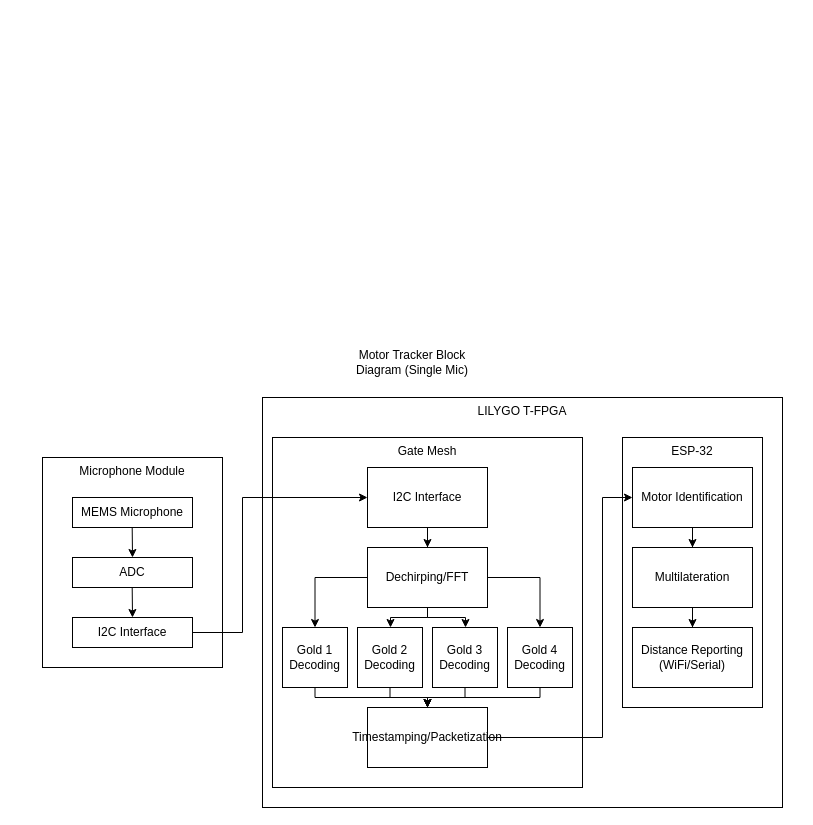
This is single-mic.drawio from dakotawinslow/motor-tracking, a draw.io file, before an edit. Source tidied: cells renumbered, new cells numbered last; positions are measured from the earlier drawing's top-left corner, leaving out a move shared by most shapes. Both pictures are drawn from the tidied source at 100%, with x=0, y=0 at pixel (42, 347).
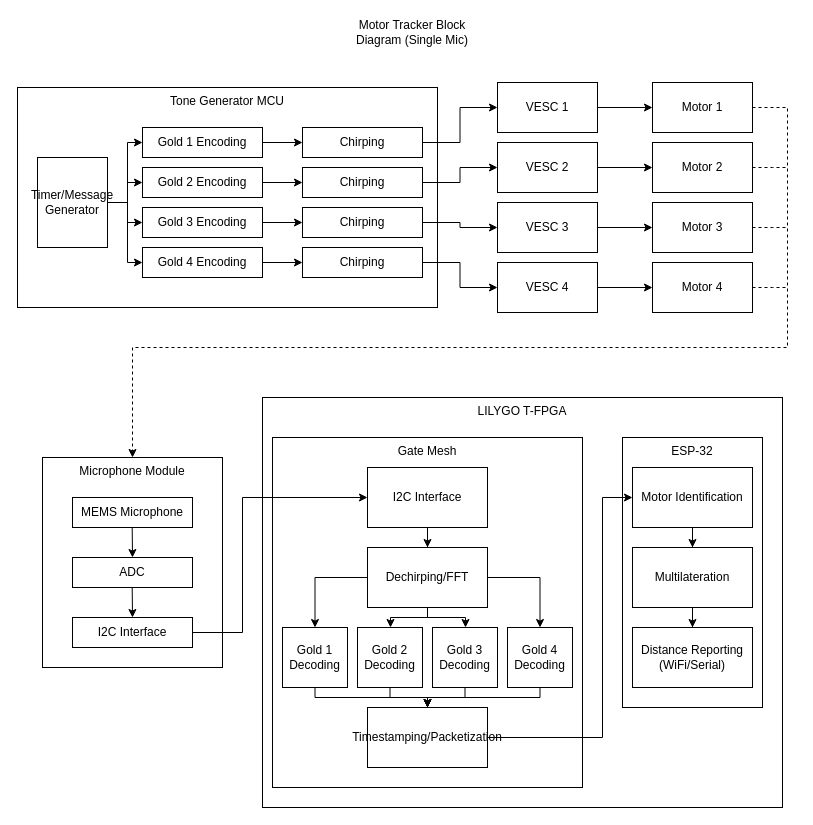
After the change.

Commit message:
Update single-mic.drawio with signal generation

The change refers to these unchanged cells:
```xml
<mxCell id="4" value="Microphone Module" style="rounded=0;whiteSpace=wrap;html=1;verticalAlign=top;" parent="1" vertex="1">
  <mxGeometry y="110" width="180" height="210" as="geometry" />
</mxCell>
```

Diff of the diagram source:
```diff
@@
     <mxCell id="3" value="Motor Tracker Block Diagram (Single Mic)" style="text;html=1;align=center;verticalAlign=middle;whiteSpace=wrap;rounded=0;" parent="1" vertex="1">
-      <mxGeometry x="310" width="120" height="30" as="geometry" />
+      <mxGeometry x="310" y="-330" width="120" height="30" as="geometry" />
     </mxCell>
@@
+    <mxCell id="35" value="Tone Generator MCU" style="rounded=0;whiteSpace=wrap;html=1;verticalAlign=top;" parent="1" vertex="1">
+      <mxGeometry x="-25" y="-260" width="420" height="220" as="geometry" />
+    </mxCell>
+    <mxCell id="36" style="edgeStyle=orthogonalEdgeStyle;rounded=0;jettySize=auto;html=1;" parent="1" edge="1" source="40" target="42">
+      <mxGeometry relative="1" as="geometry" />
+    </mxCell>
+    <mxCell id="37" style="edgeStyle=orthogonalEdgeStyle;rounded=0;jettySize=auto;html=1;" parent="1" edge="1" source="40" target="44">
+      <mxGeometry relative="1" as="geometry" />
+    </mxCell>
+    <mxCell id="38" style="edgeStyle=orthogonalEdgeStyle;rounded=0;jettySize=auto;html=1;" parent="1" edge="1" source="40" target="46">
+      <mxGeometry relative="1" as="geometry" />
+    </mxCell>
+    <mxCell id="39" style="edgeStyle=orthogonalEdgeStyle;rounded=0;jettySize=auto;html=1;entryX=0;entryY=0.5;entryDx=0;entryDy=0;" parent="1" edge="1" source="40" target="48">
+      <mxGeometry relative="1" as="geometry" />
+    </mxCell>
+    <mxCell id="40" value="Timer/Message Generator" style="rounded=0;whiteSpace=wrap;html=1;" parent="1" vertex="1">
+      <mxGeometry x="-5" y="-190" width="70" height="90" as="geometry" />
+    </mxCell>
+    <mxCell id="41" style="edgeStyle=orthogonalEdgeStyle;rounded=0;jettySize=auto;html=1;" parent="1" edge="1" source="42" target="50">
+      <mxGeometry relative="1" as="geometry" />
+    </mxCell>
+    <mxCell id="42" value="Gold 1 Encoding" style="rounded=0;whiteSpace=wrap;html=1;" parent="1" vertex="1">
+      <mxGeometry x="100" y="-220" width="120" height="30" as="geometry" />
+    </mxCell>
+    <mxCell id="43" style="edgeStyle=orthogonalEdgeStyle;rounded=0;jettySize=auto;html=1;" parent="1" edge="1" source="44" target="52">
+      <mxGeometry relative="1" as="geometry" />
+    </mxCell>
+    <mxCell id="44" value="Gold 2 Encoding" style="rounded=0;whiteSpace=wrap;html=1;" parent="1" vertex="1">
+      <mxGeometry x="100" y="-180" width="120" height="30" as="geometry" />
+    </mxCell>
+    <mxCell id="45" style="edgeStyle=orthogonalEdgeStyle;rounded=0;jettySize=auto;html=1;entryX=0;entryY=0.5;entryDx=0;entryDy=0;" parent="1" edge="1" source="46" target="54">
+      <mxGeometry relative="1" as="geometry" />
+    </mxCell>
+    <mxCell id="46" value="Gold 3 Encoding" style="rounded=0;whiteSpace=wrap;html=1;" parent="1" vertex="1">
+      <mxGeometry x="100" y="-140" width="120" height="30" as="geometry" />
+    </mxCell>
+    <mxCell id="47" style="edgeStyle=orthogonalEdgeStyle;rounded=0;jettySize=auto;html=1;" parent="1" edge="1" source="48" target="56">
+      <mxGeometry relative="1" as="geometry" />
+    </mxCell>
+    <mxCell id="48" value="Gold 4 Encoding" style="rounded=0;whiteSpace=wrap;html=1;" parent="1" vertex="1">
+      <mxGeometry x="100" y="-100" width="120" height="30" as="geometry" />
+    </mxCell>
+    <mxCell id="49" style="edgeStyle=orthogonalEdgeStyle;rounded=0;jettySize=auto;html=1;entryX=0;entryY=0.5;entryDx=0;entryDy=0;" parent="1" edge="1" source="50" target="58">
+      <mxGeometry relative="1" as="geometry" />
+    </mxCell>
+    <mxCell id="50" value="Chirping" style="rounded=0;whiteSpace=wrap;html=1;" parent="1" vertex="1">
+      <mxGeometry x="260" y="-220" width="120" height="30" as="geometry" />
+    </mxCell>
+    <mxCell id="51" style="edgeStyle=orthogonalEdgeStyle;rounded=0;jettySize=auto;html=1;entryX=0;entryY=0.5;entryDx=0;entryDy=0;" parent="1" edge="1" source="52" target="60">
+      <mxGeometry relative="1" as="geometry" />
+    </mxCell>
+    <mxCell id="52" value="Chirping" style="rounded=0;whiteSpace=wrap;html=1;" parent="1" vertex="1">
+      <mxGeometry x="260" y="-180" width="120" height="30" as="geometry" />
+    </mxCell>
+    <mxCell id="53" style="edgeStyle=orthogonalEdgeStyle;rounded=0;jettySize=auto;html=1;entryX=0;entryY=0.5;entryDx=0;entryDy=0;" parent="1" edge="1" source="54" target="62">
+      <mxGeometry relative="1" as="geometry" />
+    </mxCell>
+    <mxCell id="54" value="Chirping" style="rounded=0;whiteSpace=wrap;html=1;" parent="1" vertex="1">
+      <mxGeometry x="260" y="-140" width="120" height="30" as="geometry" />
+    </mxCell>
+    <mxCell id="55" style="edgeStyle=orthogonalEdgeStyle;rounded=0;jettySize=auto;html=1;entryX=0;entryY=0.5;entryDx=0;entryDy=0;" parent="1" edge="1" source="56" target="64">
+      <mxGeometry relative="1" as="geometry" />
+    </mxCell>
+    <mxCell id="56" value="Chirping" style="rounded=0;whiteSpace=wrap;html=1;" parent="1" vertex="1">
+      <mxGeometry x="260" y="-100" width="120" height="30" as="geometry" />
+    </mxCell>
+    <mxCell id="57" style="edgeStyle=orthogonalEdgeStyle;rounded=0;jettySize=auto;html=1;entryX=0;entryY=0.5;entryDx=0;entryDy=0;" parent="1" edge="1" source="58" target="66">
+      <mxGeometry relative="1" as="geometry" />
+    </mxCell>
+    <mxCell id="58" value="VESC 1" style="rounded=0;whiteSpace=wrap;html=1;" parent="1" vertex="1">
+      <mxGeometry x="455" y="-265" width="100" height="50" as="geometry" />
+    </mxCell>
+    <mxCell id="59" style="edgeStyle=orthogonalEdgeStyle;rounded=0;jettySize=auto;html=1;" parent="1" edge="1" source="60" target="68">
+      <mxGeometry relative="1" as="geometry" />
+    </mxCell>
+    <mxCell id="60" value="VESC 2" style="rounded=0;whiteSpace=wrap;html=1;" parent="1" vertex="1">
+      <mxGeometry x="455" y="-205" width="100" height="50" as="geometry" />
+    </mxCell>
+    <mxCell id="61" style="edgeStyle=orthogonalEdgeStyle;rounded=0;jettySize=auto;html=1;" parent="1" edge="1" source="62" target="70">
+      <mxGeometry relative="1" as="geometry" />
+    </mxCell>
+    <mxCell id="62" value="VESC 3" style="rounded=0;whiteSpace=wrap;html=1;" parent="1" vertex="1">
+      <mxGeometry x="455" y="-145" width="100" height="50" as="geometry" />
+    </mxCell>
+    <mxCell id="63" style="edgeStyle=orthogonalEdgeStyle;rounded=0;jettySize=auto;html=1;" parent="1" edge="1" source="64" target="72">
+      <mxGeometry relative="1" as="geometry" />
+    </mxCell>
+    <mxCell id="64" value="VESC 4" style="rounded=0;whiteSpace=wrap;html=1;" parent="1" vertex="1">
+      <mxGeometry x="455" y="-85" width="100" height="50" as="geometry" />
+    </mxCell>
+    <mxCell id="65" style="edgeStyle=orthogonalEdgeStyle;rounded=0;jettySize=auto;html=1;dashed=1;" parent="1" edge="1" source="66" target="4">
+      <mxGeometry relative="1" as="geometry">
+        <Array as="points">
+          <mxPoint x="745" y="-240" />
+          <mxPoint x="745" />
+          <mxPoint x="90" />
+        </Array>
+      </mxGeometry>
+    </mxCell>
+    <mxCell id="66" value="Motor 1" style="rounded=0;whiteSpace=wrap;html=1;" parent="1" vertex="1">
+      <mxGeometry x="610" y="-265" width="100" height="50" as="geometry" />
+    </mxCell>
+    <mxCell id="67" style="edgeStyle=orthogonalEdgeStyle;rounded=0;jettySize=auto;html=1;dashed=1;endArrow=none;endFill=0;" parent="1" edge="1" source="68">
+      <mxGeometry relative="1" as="geometry">
+        <mxPoint x="745" y="-180" as="targetPoint" />
+      </mxGeometry>
+    </mxCell>
+    <mxCell id="68" value="Motor 2" style="rounded=0;whiteSpace=wrap;html=1;" parent="1" vertex="1">
+      <mxGeometry x="610" y="-205" width="100" height="50" as="geometry" />
+    </mxCell>
+    <mxCell id="69" style="edgeStyle=orthogonalEdgeStyle;rounded=0;jettySize=auto;html=1;endArrow=none;endFill=0;dashed=1;" parent="1" edge="1" source="70">
+      <mxGeometry relative="1" as="geometry">
+        <mxPoint x="745" y="-120" as="targetPoint" />
+      </mxGeometry>
+    </mxCell>
+    <mxCell id="70" value="Motor 3" style="rounded=0;whiteSpace=wrap;html=1;" parent="1" vertex="1">
+      <mxGeometry x="610" y="-145" width="100" height="50" as="geometry" />
+    </mxCell>
+    <mxCell id="71" style="edgeStyle=orthogonalEdgeStyle;rounded=0;jettySize=auto;html=1;dashed=1;endArrow=none;endFill=0;" parent="1" edge="1" source="72">
+      <mxGeometry relative="1" as="geometry">
+        <mxPoint x="745" y="-60" as="targetPoint" />
+      </mxGeometry>
+    </mxCell>
+    <mxCell id="72" value="&lt;div&gt;Motor 4&lt;/div&gt;" style="rounded=0;whiteSpace=wrap;html=1;" parent="1" vertex="1">
+      <mxGeometry x="610" y="-85" width="100" height="50" as="geometry" />
+    </mxCell>
```
